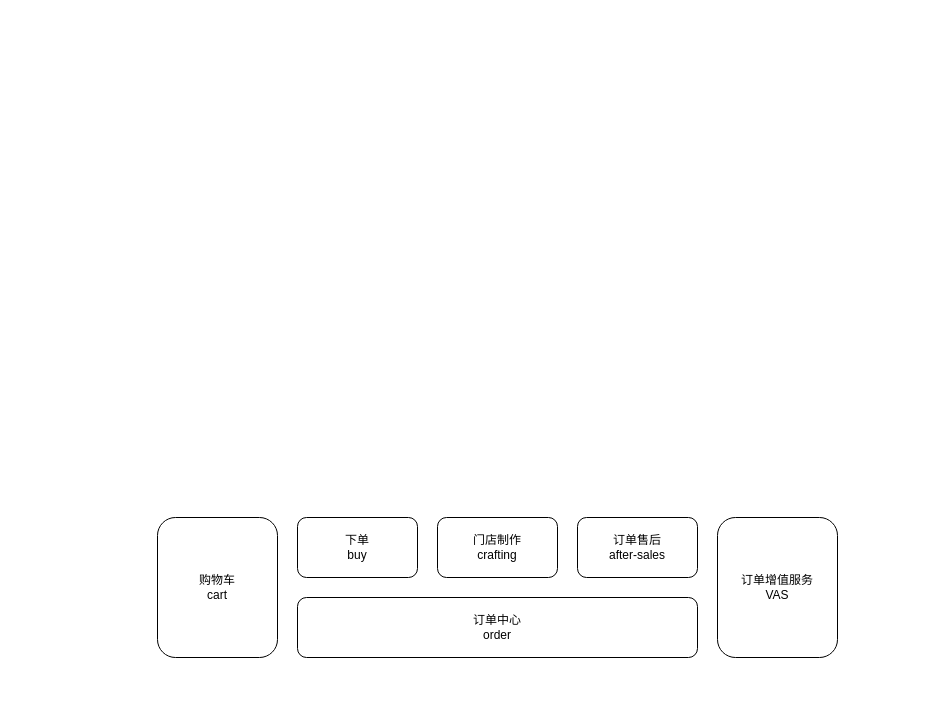
Before: page "目标技术架构" (2 of 3) of OMS2.0业务架构.drawio in alexzhang2015/PC2.0, a draw.io diagram. Source tidied: cells renumbered, new cells numbered last; positions are measured from the earlier drawing's top-left corner, leaving out a move shared by most shapes. Both pictures are drawn from the tidied source at 100%, with x=0, y=0 at pixel (157, 517).
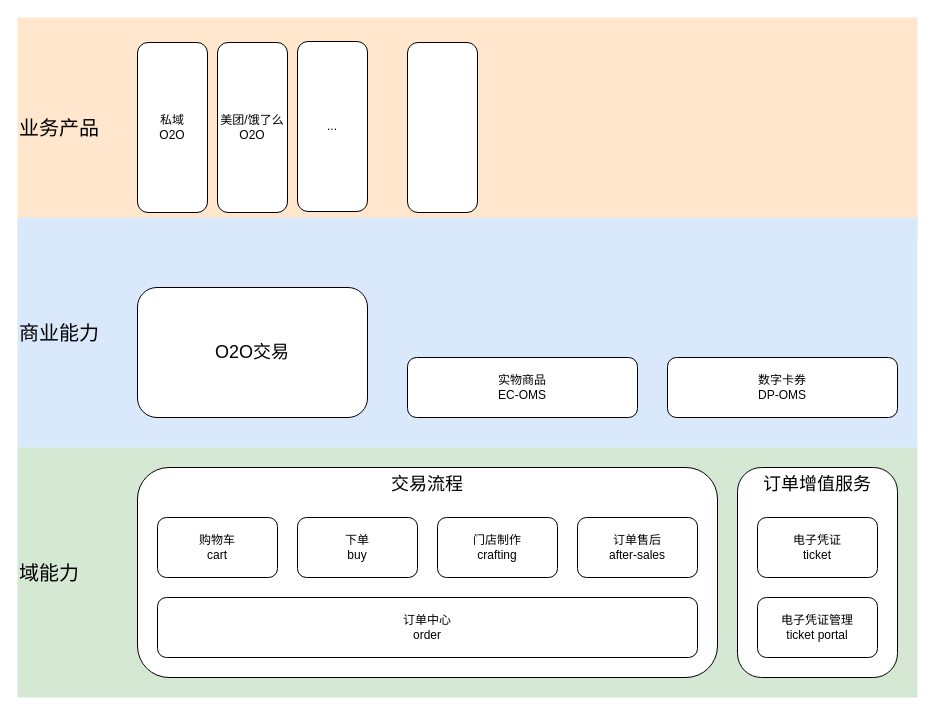
After the change.

Change to the diagram source:
```diff
@@
+    <mxCell id="8" value="业务产品" style="rounded=0;whiteSpace=wrap;html=1;align=left;strokeColor=none;fillColor=#ffe6cc;fontSize=20;" parent="1" vertex="1">
+      <mxGeometry x="-140" y="-500" width="900" height="220" as="geometry" />
+    </mxCell>
+    <mxCell id="9" value="商业能力" style="rounded=0;whiteSpace=wrap;html=1;align=left;strokeColor=none;fillColor=#dae8fc;fontSize=20;" parent="1" vertex="1">
+      <mxGeometry x="-140" y="-300" width="900" height="230" as="geometry" />
+    </mxCell>
+    <mxCell id="10" value="域能力" style="rounded=0;whiteSpace=wrap;html=1;align=left;strokeColor=none;fillColor=#d5e8d4;fontSize=20;" parent="1" vertex="1">
+      <mxGeometry x="-140" y="-70" width="900" height="250" as="geometry" />
+    </mxCell>
+    <mxCell id="11" value="&lt;font style=&quot;font-size: 18px;&quot;&gt;交易流程&lt;/font&gt;" style="rounded=1;whiteSpace=wrap;html=1;verticalAlign=top;" parent="1" vertex="1">
+      <mxGeometry x="-20" y="-50" width="580" height="210" as="geometry" />
+    </mxCell>
@@
     <mxCell id="3" value="购物车&lt;div&gt;cart&lt;/div&gt;" style="rounded=1;whiteSpace=wrap;html=1;" parent="1" vertex="1">
-      <mxGeometry width="120" height="140" as="geometry" />
+      <mxGeometry width="120" height="60" as="geometry" />
     </mxCell>
@@
-    <mxCell id="5" value="订单增值服务&lt;div&gt;VAS&lt;/div&gt;" style="rounded=1;whiteSpace=wrap;html=1;" parent="1" vertex="1">
-      <mxGeometry x="560" width="120" height="140" as="geometry" />
+    <mxCell id="5" value="&lt;font style=&quot;font-size: 18px;&quot;&gt;订单增值服务&lt;/font&gt;" style="rounded=1;whiteSpace=wrap;html=1;verticalAlign=top;" parent="1" vertex="1">
+      <mxGeometry x="580" y="-50" width="160" height="210" as="geometry" />
     </mxCell>
@@
     <mxCell id="7" value="订单中心&lt;div&gt;order&lt;/div&gt;" style="rounded=1;whiteSpace=wrap;html=1;" parent="1" vertex="1">
-      <mxGeometry x="140" y="80" width="400" height="60" as="geometry" />
+      <mxGeometry y="80" width="540" height="60" as="geometry" />
     </mxCell>
+    <mxCell id="12" value="数字卡券&lt;div&gt;DP-OMS&lt;/div&gt;" style="rounded=1;whiteSpace=wrap;html=1;" parent="1" vertex="1">
+      <mxGeometry x="510" y="-160" width="230" height="60" as="geometry" />
+    </mxCell>
+    <mxCell id="13" value="电子凭证管理&lt;div&gt;ticket portal&lt;/div&gt;" style="rounded=1;whiteSpace=wrap;html=1;" parent="1" vertex="1">
+      <mxGeometry x="600" y="80" width="120" height="60" as="geometry" />
+    </mxCell>
+    <mxCell id="14" value="电子凭证&lt;div&gt;ticket&lt;/div&gt;" style="rounded=1;whiteSpace=wrap;html=1;" parent="1" vertex="1">
+      <mxGeometry x="600" width="120" height="60" as="geometry" />
+    </mxCell>
+    <mxCell id="15" value="实物商品&lt;div&gt;EC-OMS&lt;/div&gt;" style="rounded=1;whiteSpace=wrap;html=1;" parent="1" vertex="1">
+      <mxGeometry x="250" y="-160" width="230" height="60" as="geometry" />
+    </mxCell>
+    <mxCell id="16" value="&lt;font style=&quot;font-size: 18px;&quot;&gt;O2O交易&lt;/font&gt;" style="rounded=1;whiteSpace=wrap;html=1;" parent="1" vertex="1">
+      <mxGeometry x="-20" y="-230" width="230" height="130" as="geometry" />
+    </mxCell>
+    <mxCell id="17" value="私域&lt;div&gt;O2O&lt;/div&gt;" style="rounded=1;whiteSpace=wrap;html=1;" parent="1" vertex="1">
+      <mxGeometry x="-20" y="-475" width="70" height="170" as="geometry" />
+    </mxCell>
+    <mxCell id="18" value="美团/饿了么&lt;div&gt;O2O&lt;/div&gt;" style="rounded=1;whiteSpace=wrap;html=1;" parent="1" vertex="1">
+      <mxGeometry x="60" y="-475" width="70" height="170" as="geometry" />
+    </mxCell>
+    <mxCell id="19" value="..." style="rounded=1;whiteSpace=wrap;html=1;" parent="1" vertex="1">
+      <mxGeometry x="140" y="-476" width="70" height="170" as="geometry" />
+    </mxCell>
+    <mxCell id="20" style="rounded=1;whiteSpace=wrap;html=1;" parent="1" vertex="1">
+      <mxGeometry x="250" y="-475" width="70" height="170" as="geometry" />
+    </mxCell>
```
